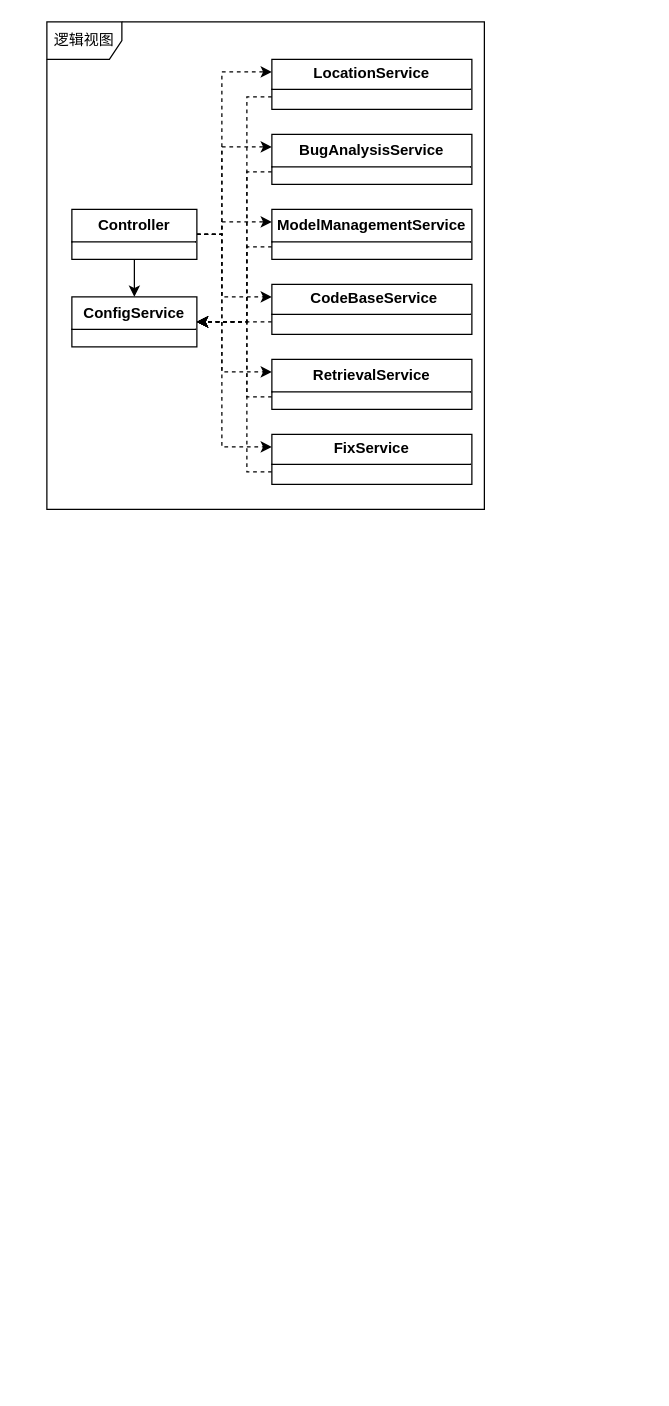
Earlier version of the draw.io diagram 未命名绘图.drawio (happy-xin/RAG4APR). Source tidied: cells renumbered, new cells numbered last; positions are measured from the earlier drawing's top-left corner, leaving out a move shared by most shapes. Both pictures are drawn from the tidied source at 125%, with x=0, y=0 at pixel (46, 21).
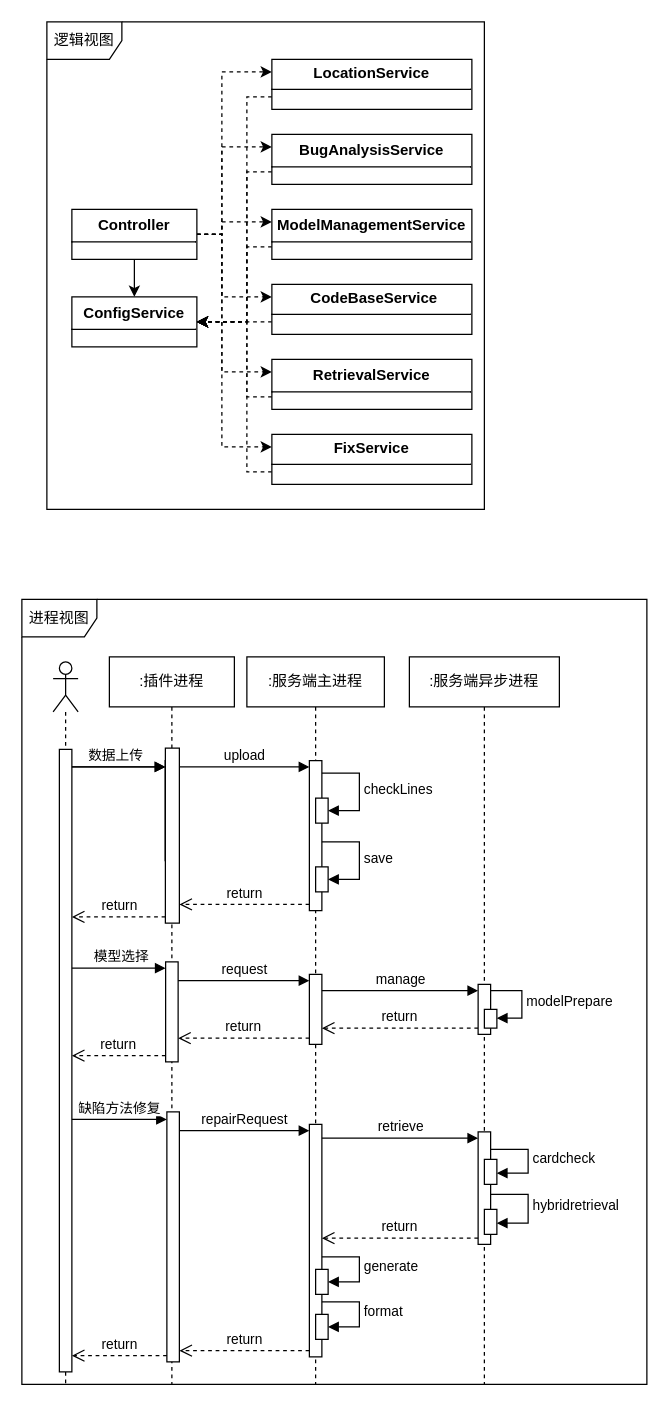
After the change.

Commit message:
更新进程绘图.drawio

Diff of the diagram source:
```diff
@@
+    <mxCell id="27" value=":服务端异步进程" style="shape=umlLifeline;perimeter=lifelinePerimeter;whiteSpace=wrap;html=1;newEdgeStyle={&quot;curved&quot;:0,&quot;rounded&quot;:0};" parent="1" vertex="1">
+      <mxGeometry x="290" y="508" width="120" height="582" as="geometry" />
+    </mxCell>
+    <mxCell id="28" value="modelPrepare" style="html=1;align=left;spacingLeft=2;endArrow=block;rounded=0;edgeStyle=orthogonalEdgeStyle;curved=0;rounded=0;" parent="27" edge="1">
+      <mxGeometry relative="1" as="geometry">
+        <mxPoint x="65" y="267" as="sourcePoint" />
+        <mxPoint x="70" y="289" as="targetPoint" />
+        <Array as="points">
+          <mxPoint x="90" y="267" />
+          <mxPoint x="90" y="289" />
+        </Array>
+      </mxGeometry>
+    </mxCell>
+    <mxCell id="29" style="html=1;points=[[0,0,0,0,5],[0,1,0,0,-5],[1,0,0,0,5],[1,1,0,0,-5]];perimeter=orthogonalPerimeter;outlineConnect=0;targetShapes=umlLifeline;portConstraint=eastwest;newEdgeStyle={&quot;curved&quot;:0,&quot;rounded&quot;:0};" parent="27" vertex="1">
+      <mxGeometry x="55" y="380" width="10" height="90" as="geometry" />
+    </mxCell>
+    <mxCell id="30" value=":服务端主进程" style="shape=umlLifeline;perimeter=lifelinePerimeter;whiteSpace=wrap;html=1;newEdgeStyle={&quot;curved&quot;:0,&quot;rounded&quot;:0};" parent="1" vertex="1">
+      <mxGeometry x="160" y="508" width="110" height="582" as="geometry" />
+    </mxCell>
+    <mxCell id="31" style="html=1;points=[[0,0,0,0,5],[0,1,0,0,-5],[1,0,0,0,5],[1,1,0,0,-5]];perimeter=orthogonalPerimeter;outlineConnect=0;targetShapes=umlLifeline;portConstraint=eastwest;newEdgeStyle={&quot;curved&quot;:0,&quot;rounded&quot;:0};" parent="30" vertex="1">
+      <mxGeometry x="50" y="254" width="10" height="56" as="geometry" />
+    </mxCell>
+    <mxCell id="32" style="html=1;points=[[0,0,0,0,5],[0,1,0,0,-5],[1,0,0,0,5],[1,1,0,0,-5]];perimeter=orthogonalPerimeter;outlineConnect=0;targetShapes=umlLifeline;portConstraint=eastwest;newEdgeStyle={&quot;curved&quot;:0,&quot;rounded&quot;:0};" parent="30" vertex="1">
+      <mxGeometry x="50" y="374" width="10" height="186" as="geometry" />
+    </mxCell>
+    <mxCell id="33" style="group;" parent="1" vertex="1">
+      <mxGeometry x="150" y="591" width="90" height="120" as="geometry" />
+    </mxCell>
+    <mxCell id="34" style="html=1;points=[[0,0,0,0,5],[0,1,0,0,-5],[1,0,0,0,5],[1,1,0,0,-5]];perimeter=orthogonalPerimeter;outlineConnect=0;targetShapes=umlLifeline;portConstraint=eastwest;newEdgeStyle={&quot;curved&quot;:0,&quot;rounded&quot;:0};" parent="33" vertex="1">
+      <mxGeometry x="60" width="10" height="120" as="geometry" />
+    </mxCell>
@@
+    <mxCell id="35" value="进程视图" style="shape=umlFrame;whiteSpace=wrap;html=1;" parent="1" vertex="1">
+      <mxGeometry x="-20" y="462" width="500" height="628" as="geometry" />
+    </mxCell>
+    <mxCell id="36" value=":插件进程" style="shape=umlLifeline;perimeter=lifelinePerimeter;whiteSpace=wrap;html=1;newEdgeStyle={&quot;curved&quot;:0,&quot;rounded&quot;:0};" parent="1" vertex="1">
+      <mxGeometry x="50" y="508" width="100" height="582" as="geometry" />
+    </mxCell>
+    <mxCell id="37" style="html=1;points=[[0,0,0,0,5],[0,1,0,0,-5],[1,0,0,0,5],[1,1,0,0,-5]];perimeter=orthogonalPerimeter;outlineConnect=0;targetShapes=umlLifeline;portConstraint=eastwest;newEdgeStyle={&quot;curved&quot;:0,&quot;rounded&quot;:0};" parent="36" vertex="1">
+      <mxGeometry x="45" y="244" width="10" height="80" as="geometry" />
+    </mxCell>
+    <mxCell id="38" style="html=1;points=[[0,0,0,0,5],[0,1,0,0,-5],[1,0,0,0,5],[1,1,0,0,-5]];perimeter=orthogonalPerimeter;outlineConnect=0;targetShapes=umlLifeline;portConstraint=eastwest;newEdgeStyle={&quot;curved&quot;:0,&quot;rounded&quot;:0};" parent="36" vertex="1">
+      <mxGeometry x="46" y="364" width="10" height="200" as="geometry" />
+    </mxCell>
+    <mxCell id="39" style="group;" parent="1" vertex="1">
+      <mxGeometry x="16" y="591" width="90" height="140" as="geometry" />
+    </mxCell>
+    <mxCell id="40" style="html=1;points=[[0,0,0,0,5],[0,1,0,0,-5],[1,0,0,0,5],[1,1,0,0,-5]];perimeter=orthogonalPerimeter;outlineConnect=0;targetShapes=umlLifeline;portConstraint=eastwest;newEdgeStyle={&quot;curved&quot;:0,&quot;rounded&quot;:0};" parent="39" vertex="1">
+      <mxGeometry x="78.8" width="11.2" height="80" as="geometry" />
+    </mxCell>
+    <mxCell id="41" value="数据上传" style="html=1;verticalAlign=bottom;endArrow=block;curved=0;rounded=0;entryX=0;entryY=0;entryDx=0;entryDy=5;" parent="39" edge="1" target="40">
+      <mxGeometry relative="1" as="geometry">
+        <mxPoint y="5" as="sourcePoint" />
+      </mxGeometry>
+    </mxCell>
+    <mxCell id="42" style="html=1;points=[[0,0,0,0,5],[0,1,0,0,-5],[1,0,0,0,5],[1,1,0,0,-5]];perimeter=orthogonalPerimeter;outlineConnect=0;targetShapes=umlLifeline;portConstraint=eastwest;newEdgeStyle={&quot;curved&quot;:0,&quot;rounded&quot;:0};" parent="39" vertex="1">
+      <mxGeometry x="78.8" width="11.2" height="80" as="geometry" />
+    </mxCell>
+    <mxCell id="43" style="html=1;verticalAlign=bottom;endArrow=block;curved=0;rounded=0;entryX=0;entryY=0;entryDx=0;entryDy=5;" parent="39" edge="1" target="42">
+      <mxGeometry relative="1" as="geometry">
+        <mxPoint y="5" as="sourcePoint" />
+      </mxGeometry>
+    </mxCell>
+    <mxCell id="44" style="html=1;points=[[0,0,0,0,5],[0,1,0,0,-5],[1,0,0,0,5],[1,1,0,0,-5]];perimeter=orthogonalPerimeter;outlineConnect=0;targetShapes=umlLifeline;portConstraint=eastwest;newEdgeStyle={&quot;curved&quot;:0,&quot;rounded&quot;:0};" parent="39" vertex="1">
+      <mxGeometry x="78.8" y="-10" width="11.2" height="140" as="geometry" />
+    </mxCell>
+    <mxCell id="45" style="shape=umlLifeline;perimeter=lifelinePerimeter;whiteSpace=wrap;html=1;newEdgeStyle={&quot;curved&quot;:0,&quot;rounded&quot;:0};participant=umlActor;" parent="1" vertex="1">
+      <mxGeometry x="5" y="512" width="20" height="578" as="geometry" />
+    </mxCell>
+    <mxCell id="46" style="html=1;points=[[0,0,0,0,5],[0,1,0,0,-5],[1,0,0,0,5],[1,1,0,0,-5]];perimeter=orthogonalPerimeter;outlineConnect=0;targetShapes=umlLifeline;portConstraint=eastwest;newEdgeStyle={&quot;curved&quot;:0,&quot;rounded&quot;:0};" parent="1" vertex="1">
+      <mxGeometry x="10" y="582" width="10" height="498" as="geometry" />
+    </mxCell>
+    <mxCell id="47" value="return" style="html=1;verticalAlign=bottom;endArrow=open;dashed=1;endSize=8;curved=0;rounded=0;exitX=0;exitY=1;exitDx=0;exitDy=-5;exitPerimeter=0;" parent="1" edge="1" source="44">
+      <mxGeometry relative="1" as="geometry">
+        <mxPoint x="20" y="716" as="targetPoint" />
+      </mxGeometry>
+    </mxCell>
+    <mxCell id="48" style="group;" parent="1" vertex="1">
+      <mxGeometry x="245" y="621" width="35" height="60" as="geometry" />
+    </mxCell>
+    <mxCell id="49" style="html=1;points=[[0,0,0,0,5],[0,1,0,0,-5],[1,0,0,0,5],[1,1,0,0,-5]];perimeter=orthogonalPerimeter;outlineConnect=0;targetShapes=umlLifeline;portConstraint=eastwest;newEdgeStyle={&quot;curved&quot;:0,&quot;rounded&quot;:0};" parent="48" vertex="1">
+      <mxGeometry x="-30" width="10" height="20" as="geometry" />
+    </mxCell>
+    <mxCell id="50" value="checkLines" style="html=1;align=left;spacingLeft=2;endArrow=block;rounded=0;edgeStyle=orthogonalEdgeStyle;curved=0;rounded=0;" parent="48" edge="1" target="49">
+      <mxGeometry relative="1" as="geometry">
+        <mxPoint x="-25" y="-20" as="sourcePoint" />
+        <Array as="points">
+          <mxPoint x="5" y="10" />
+        </Array>
+      </mxGeometry>
+    </mxCell>
+    <mxCell id="51" value="return" style="html=1;verticalAlign=bottom;endArrow=open;dashed=1;endSize=8;curved=0;rounded=0;exitX=0;exitY=1;exitDx=0;exitDy=-5;" parent="1" edge="1" source="34" target="44">
+      <mxGeometry relative="1" as="geometry" />
+    </mxCell>
+    <mxCell id="52" value="upload" style="html=1;verticalAlign=bottom;endArrow=block;curved=0;rounded=0;entryX=0;entryY=0;entryDx=0;entryDy=5;" parent="1" edge="1" source="44" target="34">
+      <mxGeometry relative="1" as="geometry" />
+    </mxCell>
+    <mxCell id="53" style="html=1;points=[[0,0,0,0,5],[0,1,0,0,-5],[1,0,0,0,5],[1,1,0,0,-5]];perimeter=orthogonalPerimeter;outlineConnect=0;targetShapes=umlLifeline;portConstraint=eastwest;newEdgeStyle={&quot;curved&quot;:0,&quot;rounded&quot;:0};" parent="1" vertex="1">
+      <mxGeometry x="215" y="676" width="10" height="20" as="geometry" />
+    </mxCell>
+    <mxCell id="54" value="save" style="html=1;align=left;spacingLeft=2;endArrow=block;rounded=0;edgeStyle=orthogonalEdgeStyle;curved=0;rounded=0;" parent="1" edge="1" target="53">
+      <mxGeometry relative="1" as="geometry">
+        <mxPoint x="220" y="656" as="sourcePoint" />
+        <Array as="points">
+          <mxPoint x="250" y="686" />
+        </Array>
+      </mxGeometry>
+    </mxCell>
+    <mxCell id="55" style="group;" parent="1" vertex="1">
+      <mxGeometry x="20" y="752" width="80" height="80" as="geometry" />
+    </mxCell>
+    <mxCell id="56" value="&amp;nbsp;模型选择" style="html=1;verticalAlign=bottom;endArrow=block;curved=0;rounded=0;entryX=0;entryY=0;entryDx=0;entryDy=5;" parent="55" edge="1" target="37">
+      <mxGeometry relative="1" as="geometry">
+        <mxPoint y="5" as="sourcePoint" />
+      </mxGeometry>
+    </mxCell>
+    <mxCell id="57" value="return" style="html=1;verticalAlign=bottom;endArrow=open;dashed=1;endSize=8;curved=0;rounded=0;exitX=0;exitY=1;exitDx=0;exitDy=-5;" parent="55" edge="1" source="37">
+      <mxGeometry relative="1" as="geometry">
+        <mxPoint y="75" as="targetPoint" />
+      </mxGeometry>
+    </mxCell>
+    <mxCell id="58" value="request" style="html=1;verticalAlign=bottom;endArrow=block;curved=0;rounded=0;entryX=0;entryY=0;entryDx=0;entryDy=5;" parent="1" edge="1" source="37" target="31">
+      <mxGeometry relative="1" as="geometry" />
+    </mxCell>
+    <mxCell id="59" value="return" style="html=1;verticalAlign=bottom;endArrow=open;dashed=1;endSize=8;curved=0;rounded=0;exitX=0;exitY=1;exitDx=0;exitDy=-5;" parent="1" edge="1" source="31" target="37">
+      <mxGeometry relative="1" as="geometry" />
+    </mxCell>
+    <mxCell id="60" value="manage" style="html=1;verticalAlign=bottom;endArrow=block;curved=0;rounded=0;entryX=0;entryY=0;entryDx=0;entryDy=5;" parent="1" edge="1" source="31" target="62">
+      <mxGeometry relative="1" as="geometry" />
+    </mxCell>
+    <mxCell id="61" value="return" style="html=1;verticalAlign=bottom;endArrow=open;dashed=1;endSize=8;curved=0;rounded=0;exitX=0;exitY=1;exitDx=0;exitDy=-5;" parent="1" edge="1" source="62" target="31">
+      <mxGeometry relative="1" as="geometry" />
+    </mxCell>
+    <mxCell id="62" style="html=1;points=[[0,0,0,0,5],[0,1,0,0,-5],[1,0,0,0,5],[1,1,0,0,-5]];perimeter=orthogonalPerimeter;outlineConnect=0;targetShapes=umlLifeline;portConstraint=eastwest;newEdgeStyle={&quot;curved&quot;:0,&quot;rounded&quot;:0};" parent="1" vertex="1">
+      <mxGeometry x="345" y="770" width="10" height="40" as="geometry" />
+    </mxCell>
+    <mxCell id="63" style="html=1;perimeter=orthogonalPerimeter;targetShapes=umlLifeline;newEdgeStyle={&quot;curved&quot;:0,&quot;rounded&quot;:0};" parent="1" vertex="1">
+      <mxGeometry x="350" y="790" width="10" height="15" as="geometry" />
+    </mxCell>
+    <mxCell id="64" value="缺陷方法修复" style="html=1;verticalAlign=bottom;endArrow=block;curved=0;rounded=0;entryX=0;entryY=0;entryDx=0;entryDy=5;" parent="1" edge="1">
+      <mxGeometry relative="1" as="geometry">
+        <mxPoint x="20" y="878" as="sourcePoint" />
+        <mxPoint x="96" y="878" as="targetPoint" />
+      </mxGeometry>
+    </mxCell>
+    <mxCell id="65" value="return" style="html=1;verticalAlign=bottom;endArrow=open;dashed=1;endSize=8;curved=0;rounded=0;exitX=0;exitY=1;exitDx=0;exitDy=-5;" parent="1" edge="1" source="38" target="46">
+      <mxGeometry relative="1" as="geometry" />
+    </mxCell>
+    <mxCell id="66" value="return" style="html=1;verticalAlign=bottom;endArrow=open;dashed=1;endSize=8;curved=0;rounded=0;exitX=0;exitY=1;exitDx=0;exitDy=-5;" parent="1" edge="1" source="32" target="38">
+      <mxGeometry relative="1" as="geometry" />
+    </mxCell>
+    <mxCell id="67" value="repairRequest" style="html=1;verticalAlign=bottom;endArrow=block;curved=0;rounded=0;entryX=0;entryY=0;entryDx=0;entryDy=5;" parent="1" edge="1" source="38" target="32">
+      <mxGeometry relative="1" as="geometry" />
+    </mxCell>
+    <mxCell id="68" value="retrieve" style="html=1;verticalAlign=bottom;endArrow=block;curved=0;rounded=0;entryX=0;entryY=0;entryDx=0;entryDy=5;" parent="1" edge="1" source="32" target="29">
+      <mxGeometry relative="1" as="geometry" />
+    </mxCell>
+    <mxCell id="69" value="return" style="html=1;verticalAlign=bottom;endArrow=open;dashed=1;endSize=8;curved=0;rounded=0;exitX=0;exitY=1;exitDx=0;exitDy=-5;" parent="1" edge="1" source="29" target="32">
+      <mxGeometry relative="1" as="geometry" />
+    </mxCell>
+    <mxCell id="70" style="html=1;points=[[0,0,0,0,5],[0,1,0,0,-5],[1,0,0,0,5],[1,1,0,0,-5]];perimeter=orthogonalPerimeter;outlineConnect=0;targetShapes=umlLifeline;portConstraint=eastwest;newEdgeStyle={&quot;curved&quot;:0,&quot;rounded&quot;:0};" parent="1" vertex="1">
+      <mxGeometry x="350" y="910" width="10" height="20" as="geometry" />
+    </mxCell>
+    <mxCell id="71" value="cardcheck" style="html=1;align=left;spacingLeft=2;endArrow=block;rounded=0;edgeStyle=orthogonalEdgeStyle;curved=0;rounded=0;" parent="1" edge="1" source="29" target="70">
+      <mxGeometry relative="1" as="geometry">
+        <Array as="points">
+          <mxPoint x="385" y="902" />
+          <mxPoint x="385" y="921" />
+        </Array>
+      </mxGeometry>
+    </mxCell>
+    <mxCell id="72" style="group;" parent="1" vertex="1">
+      <mxGeometry x="215" y="978" width="35" height="40" as="geometry" />
+    </mxCell>
+    <mxCell id="73" style="html=1;points=[[0,0,0,0,5],[0,1,0,0,-5],[1,0,0,0,5],[1,1,0,0,-5]];perimeter=orthogonalPerimeter;outlineConnect=0;targetShapes=umlLifeline;portConstraint=eastwest;newEdgeStyle={&quot;curved&quot;:0,&quot;rounded&quot;:0};" parent="72" vertex="1">
+      <mxGeometry y="20" width="10" height="20" as="geometry" />
+    </mxCell>
+    <mxCell id="74" value="generate" style="html=1;align=left;spacingLeft=2;endArrow=block;rounded=0;edgeStyle=orthogonalEdgeStyle;curved=0;rounded=0;" parent="72" edge="1" target="73">
+      <mxGeometry relative="1" as="geometry">
+        <mxPoint x="5" y="10" as="sourcePoint" />
+        <Array as="points">
+          <mxPoint x="35" y="30" />
+        </Array>
+      </mxGeometry>
+    </mxCell>
+    <mxCell id="75" style="group;" parent="1" vertex="1">
+      <mxGeometry x="215" y="1014" width="35" height="40" as="geometry" />
+    </mxCell>
+    <mxCell id="76" style="html=1;points=[[0,0,0,0,5],[0,1,0,0,-5],[1,0,0,0,5],[1,1,0,0,-5]];perimeter=orthogonalPerimeter;outlineConnect=0;targetShapes=umlLifeline;portConstraint=eastwest;newEdgeStyle={&quot;curved&quot;:0,&quot;rounded&quot;:0};" parent="75" vertex="1">
+      <mxGeometry y="20" width="10" height="20" as="geometry" />
+    </mxCell>
+    <mxCell id="77" value="format" style="html=1;align=left;spacingLeft=2;endArrow=block;rounded=0;edgeStyle=orthogonalEdgeStyle;curved=0;rounded=0;" parent="75" edge="1" target="76">
+      <mxGeometry relative="1" as="geometry">
+        <mxPoint x="5" y="10" as="sourcePoint" />
+        <Array as="points">
+          <mxPoint x="35" y="30" />
+        </Array>
+      </mxGeometry>
+    </mxCell>
+    <mxCell id="78" style="group;" parent="1" vertex="1">
+      <mxGeometry x="350" y="938" width="35" height="32" as="geometry" />
+    </mxCell>
+    <mxCell id="79" style="html=1;points=[[0,0,0,0,5],[0,1,0,0,-5],[1,0,0,0,5],[1,1,0,0,-5]];perimeter=orthogonalPerimeter;outlineConnect=0;targetShapes=umlLifeline;portConstraint=eastwest;newEdgeStyle={&quot;curved&quot;:0,&quot;rounded&quot;:0};" parent="78" vertex="1">
+      <mxGeometry y="12" width="10" height="20" as="geometry" />
+    </mxCell>
+    <mxCell id="80" value="hybridretrieval" style="html=1;align=left;spacingLeft=2;endArrow=block;rounded=0;edgeStyle=orthogonalEdgeStyle;curved=0;rounded=0;" parent="78" edge="1" source="29" target="79">
+      <mxGeometry relative="1" as="geometry">
+        <Array as="points">
+          <mxPoint x="35" />
+          <mxPoint x="35" y="23" />
+        </Array>
+      </mxGeometry>
+    </mxCell>
```
